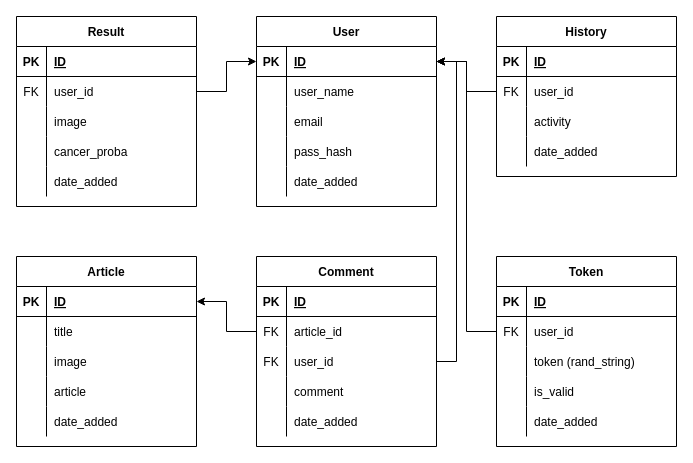
Above: page "Database Schema" (2 of 2) of Project Diagrams/Project Diagrams.drawio in Blue-Birman/Bangkit-Capstone-Project-B21-CAP0005 (draw.io), before the change. Source tidied: cells renumbered, new cells numbered last; positions are measured from the earlier drawing's top-left corner, leaving out a move shared by most shapes. Both pictures are drawn from the tidied source at 100%, with x=0, y=0 at pixel (16, 16).
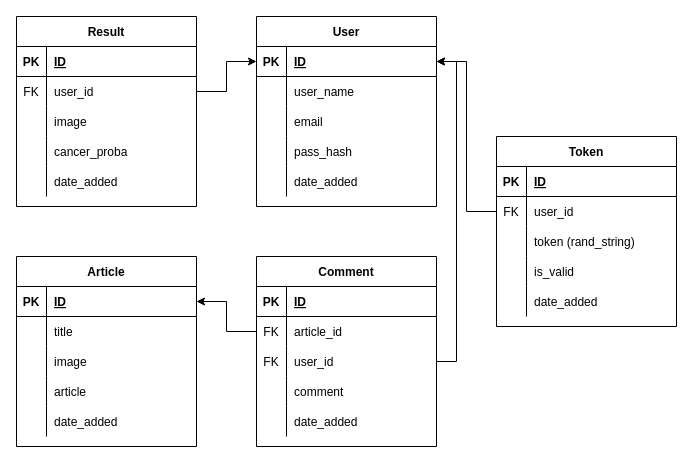
The same page after the edit.

Unchanged cells that the change refers to:
```xml
<mxCell id="3" style="shape=partialRectangle;fillColor=none;top=0;left=0;bottom=1;right=0;points=[[0,0.5],[1,0.5]];portConstraint=eastwest;" parent="2" vertex="1">
  <mxGeometry y="30" width="180" height="30" as="geometry" />
</mxCell>
```

Diff of the diagram source:
```diff
@@
-    <mxCell id="34" value="History" style="shape=table;startSize=30;childLayout=tableLayout;rowLines=0;fontStyle=1;align=center;" parent="1" vertex="1">
-      <mxGeometry x="480" width="180" height="160" as="geometry" />
-    </mxCell>
-    <mxCell id="35" style="shape=partialRectangle;fillColor=none;top=0;left=0;bottom=1;right=0;" parent="34" vertex="1">
-      <mxGeometry y="30" width="180" height="30" as="geometry" />
-    </mxCell>
-    <mxCell id="36" value="PK" style="shape=partialRectangle;fillColor=none;top=0;left=0;bottom=0;right=0;fontStyle=1;overflow=hidden;" parent="35" vertex="1">
-      <mxGeometry width="30" height="30" as="geometry" />
-    </mxCell>
-    <mxCell id="37" value="ID" style="shape=partialRectangle;fillColor=none;top=0;left=0;bottom=0;right=0;align=left;spacingLeft=6;fontStyle=5;overflow=hidden;" parent="35" vertex="1">
-      <mxGeometry x="30" width="150" height="30" as="geometry" />
-    </mxCell>
-    <mxCell id="38" style="shape=partialRectangle;fillColor=none;top=0;left=0;bottom=0;right=0;points=[[0,0.5],[1,0.5]];portConstraint=eastwest;" parent="34" vertex="1">
-      <mxGeometry y="60" width="180" height="30" as="geometry" />
-    </mxCell>
-    <mxCell id="39" value="FK" style="shape=partialRectangle;fillColor=none;top=0;left=0;bottom=0;right=0;overflow=hidden;" parent="38" vertex="1">
-      <mxGeometry width="30" height="30" as="geometry" />
-    </mxCell>
-    <mxCell id="40" value="user_id" style="shape=partialRectangle;fillColor=none;top=0;left=0;bottom=0;right=0;align=left;spacingLeft=6;overflow=hidden;" parent="38" vertex="1">
-      <mxGeometry x="30" width="150" height="30" as="geometry" />
-    </mxCell>
-    <mxCell id="41" style="shape=partialRectangle;fillColor=none;top=0;left=0;bottom=0;right=0;" parent="34" vertex="1">
-      <mxGeometry y="90" width="180" height="30" as="geometry" />
-    </mxCell>
-    <mxCell id="42" style="shape=partialRectangle;fillColor=none;top=0;left=0;bottom=0;right=0;overflow=hidden;" parent="41" vertex="1">
-      <mxGeometry width="30" height="30" as="geometry" />
-    </mxCell>
-    <mxCell id="43" value="activity" style="shape=partialRectangle;fillColor=none;top=0;left=0;bottom=0;right=0;align=left;spacingLeft=6;overflow=hidden;" parent="41" vertex="1">
-      <mxGeometry x="30" width="150" height="30" as="geometry" />
-    </mxCell>
-    <mxCell id="44" style="shape=partialRectangle;fillColor=none;top=0;left=0;bottom=0;right=0;" parent="34" vertex="1">
-      <mxGeometry y="120" width="180" height="30" as="geometry" />
-    </mxCell>
-    <mxCell id="45" style="shape=partialRectangle;fillColor=none;top=0;left=0;bottom=0;right=0;overflow=hidden;" parent="44" vertex="1">
-      <mxGeometry width="30" height="30" as="geometry" />
-    </mxCell>
-    <mxCell id="46" value="date_added" style="shape=partialRectangle;fillColor=none;top=0;left=0;bottom=0;right=0;align=left;spacingLeft=6;overflow=hidden;" parent="44" vertex="1">
-      <mxGeometry x="30" width="150" height="30" as="geometry" />
-    </mxCell>
@@
-    <mxCell id="81" style="edgeStyle=orthogonalEdgeStyle;rounded=0;jettySize=auto;html=1;" parent="1" edge="1" source="38" target="3">
-      <mxGeometry relative="1" as="geometry" />
-    </mxCell>
@@
     <mxCell id="83" value="Token" style="shape=table;startSize=30;childLayout=tableLayout;rowLines=0;fontStyle=1;align=center;" parent="1" vertex="1">
-      <mxGeometry x="480" y="240" width="180" height="190" as="geometry" />
+      <mxGeometry x="480" y="120" width="180" height="190" as="geometry" />
     </mxCell>
```
